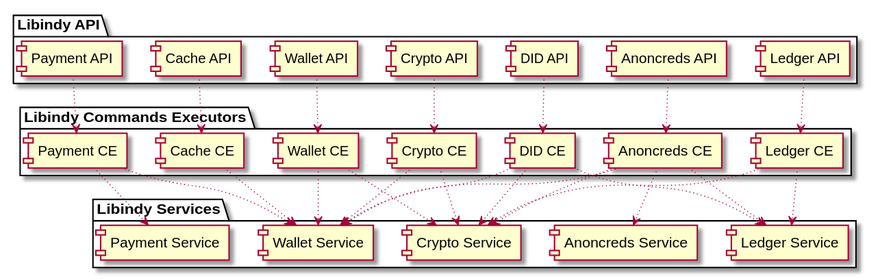
hyperledger-archives/indy-sdk keeps this PlantUML diagram as docs/architecture/libindy_components.svg. Above is the earlier version. Its diagram source:
```plantuml
@startuml

package "Libindy API" as la {
    [Anoncreds API] as anoncreds_api
    [Crypto API] as crypto_api
    [Cache API] as cache_api
    [DID API] as did_api
    [Ledger API] as ledger_api
    [Payment API] as payment_api
    [Wallet API] as wallet_api
}

package "Libindy Commands Executors" as lce {

     [Anoncreds CE] as anoncreds_ce
     [Crypto CE] as crypto_ce
     [Cache CE] as cache_ce
     [DID CE] as did_ce
     [Ledger CE] as ledger_ce
     [Payment CE] as payment_ce
     [Wallet CE] as wallet_ce

}

package "Libindy Services" as ls {
    [Anoncreds Service] as anoncreds_s
    [Crypto Service] as crypto_s
    [Ledger Service] as ledger_s
    [Payment Service] as payment_s
    [Wallet Service] as wallet_s

}


anoncreds_api ~~> anoncreds_ce
wallet_api ~~> wallet_ce
crypto_api ~~> crypto_ce
cache_api ~~> cache_ce
did_api ~~> did_ce
ledger_api ~~> ledger_ce
payment_api ~~> payment_ce

anoncreds_ce ~~> anoncreds_s
anoncreds_ce ~~> wallet_s
anoncreds_ce ~~> crypto_s
anoncreds_ce ~~> ledger_s

crypto_ce ~~> crypto_s
crypto_ce ~~> wallet_s

cache_ce ~~> wallet_s

did_ce ~~> crypto_s
did_ce ~~> ledger_s
did_ce ~~> wallet_s

ledger_ce ~~> crypto_s
ledger_ce ~~> ledger_s

payment_ce ~~> payment_s
payment_ce ~~> wallet_s

wallet_ce ~~> wallet_s
wallet_ce ~~> crypto_s

@enduml
```
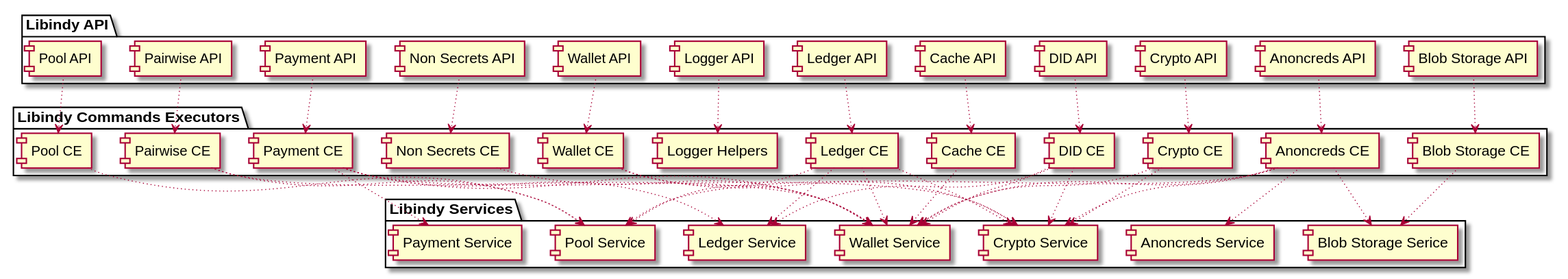
The same diagram one commit later.

Commit message:
Finalyze libindy components diagram.

What changed in the source:
```diff
@@ -2,53 +2,69 @@
 
 package "Libindy API" as la {
     [Anoncreds API] as anoncreds_api
+    [Blob Storage API] as bs_api
+    [Cache API] as cache_api
     [Crypto API] as crypto_api
-    [Cache API] as cache_api
     [DID API] as did_api
     [Ledger API] as ledger_api
+    [Logger API] as logger_api
+    [Non Secrets API] as nonsecrets_api
+    [Pairwise API] as pairwise_api
     [Payment API] as payment_api
+    [Pool API] as pool_api
     [Wallet API] as wallet_api
 }
 
 package "Libindy Commands Executors" as lce {
-
-     [Anoncreds CE] as anoncreds_ce
-     [Crypto CE] as crypto_ce
-     [Cache CE] as cache_ce
-     [DID CE] as did_ce
-     [Ledger CE] as ledger_ce
-     [Payment CE] as payment_ce
-     [Wallet CE] as wallet_ce
-
+    [Anoncreds CE] as anoncreds_ce
+    [Blob Storage CE] as bs_ce
+    [Cache CE] as cache_ce
+    [Crypto CE] as crypto_ce
+    [DID CE] as did_ce
+    [Ledger CE] as ledger_ce
+    [Logger Helpers] as logger_ce
+    [Non Secrets CE] as nonsecrets_ce
+    [Pairwise CE] as pairwise_ce
+    [Payment CE] as payment_ce
+    [Pool CE] as pool_ce
+    [Wallet CE] as wallet_ce
 }
 
 package "Libindy Services" as ls {
     [Anoncreds Service] as anoncreds_s
+    [Blob Storage Serice] as bs_s
     [Crypto Service] as crypto_s
     [Ledger Service] as ledger_s
     [Payment Service] as payment_s
+    [Pool Service] as pool_s
     [Wallet Service] as wallet_s
-
 }
 
-
 anoncreds_api ~~> anoncreds_ce
-wallet_api ~~> wallet_ce
+bs_api ~~> bs_ce
+cache_api ~~> cache_ce
 crypto_api ~~> crypto_ce
-cache_api ~~> cache_ce
 did_api ~~> did_ce
 ledger_api ~~> ledger_ce
+logger_api ~~> logger_ce
+nonsecrets_api ~~> nonsecrets_ce
+pairwise_api ~~> pairwise_ce
 payment_api ~~> payment_ce
+pool_api ~~> pool_ce
+wallet_api ~~> wallet_ce
 
 anoncreds_ce ~~> anoncreds_s
+anoncreds_ce ~~> bs_s
 anoncreds_ce ~~> wallet_s
 anoncreds_ce ~~> crypto_s
-anoncreds_ce ~~> ledger_s
+anoncreds_ce ~~> pool_s
+
+bs_ce ~~> bs_s
+
+cache_ce ~~> wallet_s
 
 crypto_ce ~~> crypto_s
 crypto_ce ~~> wallet_s
-
-cache_ce ~~> wallet_s
 
 did_ce ~~> crypto_s
 did_ce ~~> ledger_s
@@ -56,9 +72,21 @@
 
 ledger_ce ~~> crypto_s
 ledger_ce ~~> ledger_s
+ledger_ce ~~> pool_s
+ledger_ce ~~> wallet_s
 
+nonsecrets_ce ~~> wallet_s
+
+pairwise_ce ~~> wallet_s
+
+payment_ce ~~> crypto_s
+payment_ce ~~> ledger_s
 payment_ce ~~> payment_s
 payment_ce ~~> wallet_s
+
+pairwise_ce ~~> pool_s
+
+pool_ce ~~> pool_s
 
 wallet_ce ~~> wallet_s
 wallet_ce ~~> crypto_s
```
